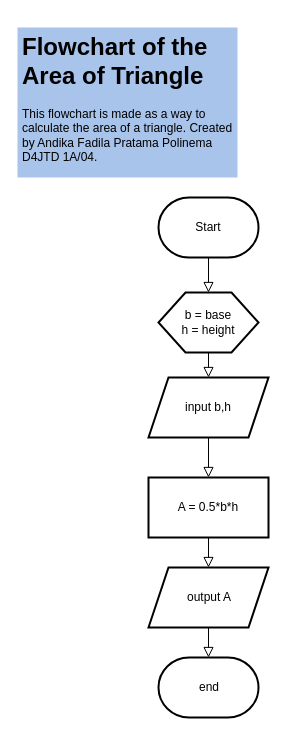
troders34/troders34 keeps this draw.io diagram as Flowchart of Area of Triangle.drawio. Above is the earlier version. Source tidied: cells renumbered, new cells numbered last; positions are measured from the earlier drawing's top-left corner, leaving out a move shared by most shapes. Both pictures are drawn from the tidied source at 100%, with x=0, y=0 at pixel (17, 27).
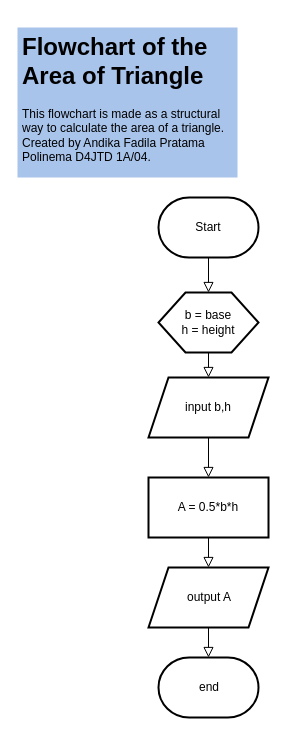
Above is the later version.

Change to the diagram source:
```diff
@@
 <mxGraphModel>
   <root>
     <mxCell id="0" />
     <mxCell id="1" parent="0" />
     <mxCell id="2" style="shape=parallelogram;perimeter=parallelogramPerimeter;whiteSpace=wrap;html=1;fixedSize=1;strokeWidth=2;" parent="1" vertex="1">
       <mxGeometry x="131" y="350" width="120" height="60" as="geometry" />
     </mxCell>
     <mxCell id="3" style="strokeWidth=2;html=1;shape=mxgraph.flowchart.terminator;whiteSpace=wrap;" parent="1" vertex="1">
       <mxGeometry x="141" y="170" width="100" height="60" as="geometry" />
     </mxCell>
     <mxCell id="4" value="Start" style="text;html=1;strokeColor=none;fillColor=none;align=center;verticalAlign=middle;whiteSpace=wrap;rounded=0;" parent="1" vertex="1">
       <mxGeometry x="160.5" y="185" width="60" height="30" as="geometry" />
     </mxCell>
     <mxCell id="5" style="verticalLabelPosition=bottom;verticalAlign=top;html=1;shape=hexagon;perimeter=hexagonPerimeter2;arcSize=6;size=0.27;strokeWidth=2;" parent="1" vertex="1">
       <mxGeometry x="141" y="265" width="100" height="60" as="geometry" />
     </mxCell>
     <mxCell id="6" style="rounded=0;html=1;jettySize=auto;fontSize=11;endArrow=block;endFill=0;endSize=8;strokeWidth=1;shadow=0;labelBackgroundColor=none;edgeStyle=orthogonalEdgeStyle;exitX=0.5;exitY=1;exitDx=0;exitDy=0;exitPerimeter=0;entryX=0.5;entryY=0;entryDx=0;entryDy=0;" parent="1" edge="1" source="3" target="5">
       <mxGeometry relative="1" as="geometry" />
     </mxCell>
     <mxCell id="7" value="input b,h" style="text;html=1;strokeColor=none;fillColor=none;align=center;verticalAlign=middle;whiteSpace=wrap;rounded=0;" parent="1" vertex="1">
       <mxGeometry x="161" y="365" width="60" height="30" as="geometry" />
     </mxCell>
     <mxCell id="8" value="b = base&lt;br&gt;h = height" style="text;html=1;strokeColor=none;fillColor=none;align=center;verticalAlign=middle;whiteSpace=wrap;rounded=0;" parent="1" vertex="1">
       <mxGeometry x="160.5" y="280" width="60" height="30" as="geometry" />
     </mxCell>
     <mxCell id="9" style="rounded=0;whiteSpace=wrap;html=1;strokeWidth=2;" parent="1" vertex="1">
       <mxGeometry x="131" y="450" width="120" height="60" as="geometry" />
     </mxCell>
     <mxCell id="10" value="A = 0.5*b*h" style="text;html=1;strokeColor=none;fillColor=none;align=center;verticalAlign=middle;whiteSpace=wrap;rounded=0;" parent="1" vertex="1">
       <mxGeometry x="151" y="465" width="80" height="30" as="geometry" />
     </mxCell>
     <mxCell id="11" style="rounded=0;html=1;jettySize=auto;fontSize=11;endArrow=block;endFill=0;endSize=8;strokeWidth=1;shadow=0;labelBackgroundColor=none;edgeStyle=orthogonalEdgeStyle;exitX=0.5;exitY=1;exitDx=0;exitDy=0;entryX=0.5;entryY=0;entryDx=0;entryDy=0;" parent="1" edge="1" source="5" target="2">
       <mxGeometry relative="1" as="geometry" />
     </mxCell>
     <mxCell id="12" style="rounded=0;html=1;jettySize=auto;fontSize=11;endArrow=block;endFill=0;endSize=8;strokeWidth=1;shadow=0;labelBackgroundColor=none;edgeStyle=orthogonalEdgeStyle;exitX=0.5;exitY=1;exitDx=0;exitDy=0;entryX=0.5;entryY=0;entryDx=0;entryDy=0;" parent="1" edge="1" source="2" target="9">
       <mxGeometry relative="1" as="geometry" />
     </mxCell>
     <mxCell id="13" style="rounded=0;html=1;jettySize=auto;fontSize=11;endArrow=block;endFill=0;endSize=8;strokeWidth=1;shadow=0;labelBackgroundColor=none;edgeStyle=orthogonalEdgeStyle;exitX=0.5;exitY=1;exitDx=0;exitDy=0;entryX=0.5;entryY=0;entryDx=0;entryDy=0;" parent="1" edge="1" source="9" target="14">
       <mxGeometry relative="1" as="geometry" />
     </mxCell>
     <mxCell id="14" style="shape=parallelogram;perimeter=parallelogramPerimeter;whiteSpace=wrap;html=1;fixedSize=1;strokeWidth=2;" parent="1" vertex="1">
       <mxGeometry x="131" y="540" width="120" height="60" as="geometry" />
     </mxCell>
     <mxCell id="15" value="output A" style="text;html=1;strokeColor=none;fillColor=none;align=center;verticalAlign=middle;whiteSpace=wrap;rounded=0;" parent="1" vertex="1">
       <mxGeometry x="151.5" y="555" width="80" height="30" as="geometry" />
     </mxCell>
     <mxCell id="16" style="strokeWidth=2;html=1;shape=mxgraph.flowchart.terminator;whiteSpace=wrap;" parent="1" vertex="1">
       <mxGeometry x="141" y="630" width="100" height="60" as="geometry" />
     </mxCell>
     <mxCell id="17" style="rounded=0;html=1;jettySize=auto;fontSize=11;endArrow=block;endFill=0;endSize=8;strokeWidth=1;shadow=0;labelBackgroundColor=none;edgeStyle=orthogonalEdgeStyle;exitX=0.5;exitY=1;exitDx=0;exitDy=0;entryX=0.5;entryY=0;entryDx=0;entryDy=0;entryPerimeter=0;" parent="1" edge="1" source="14" target="16">
       <mxGeometry relative="1" as="geometry" />
     </mxCell>
     <mxCell id="18" value="end" style="text;html=1;strokeColor=none;fillColor=none;align=center;verticalAlign=middle;whiteSpace=wrap;rounded=0;" parent="1" vertex="1">
       <mxGeometry x="152" y="645" width="80" height="30" as="geometry" />
     </mxCell>
-    <mxCell id="19" value="&lt;h1&gt;Flowchart of the Area of Triangle&lt;br&gt;&lt;/h1&gt;&lt;p align=&quot;left&quot;&gt;This flowchart is made as a way to calculate the area of a triangle. Created by Andika Fadila Pratama Polinema D4JTD 1A/04.&lt;/p&gt;" style="text;html=1;strokeColor=none;fillColor=#A9C4EB;spacing=5;spacingTop=-20;whiteSpace=wrap;overflow=hidden;rounded=0;" parent="1" vertex="1">
+    <mxCell id="19" value="&lt;h1&gt;Flowchart of the Area of Triangle&lt;br&gt;&lt;/h1&gt;&lt;p align=&quot;left&quot;&gt;This flowchart is made as a structural way to calculate the area of a triangle. Created by Andika Fadila Pratama Polinema D4JTD 1A/04.&lt;/p&gt;" style="text;html=1;strokeColor=none;fillColor=#A9C4EB;spacing=5;spacingTop=-20;whiteSpace=wrap;overflow=hidden;rounded=0;" parent="1" vertex="1">
       <mxGeometry width="220" height="150" as="geometry" />
     </mxCell>
   </root>
 </mxGraphModel>
```
